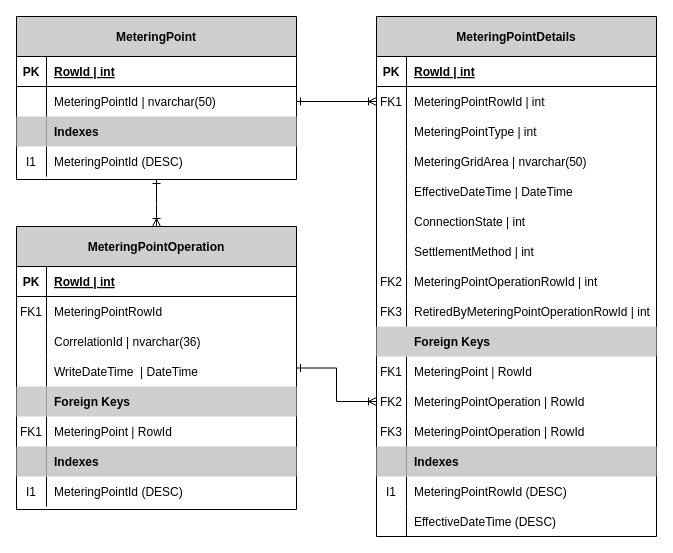
Earlier version of the draw.io diagram docs/data-models/MeteringPointDataModel.drawio (Energinet-DataHub/ARCHIVED-geh-charges). Source tidied: cells renumbered, new cells numbered last; positions are measured from the earlier drawing's top-left corner, leaving out a move shared by most shapes. Both pictures are drawn from the tidied source at 100%, with x=0, y=0 at pixel (16, 16).
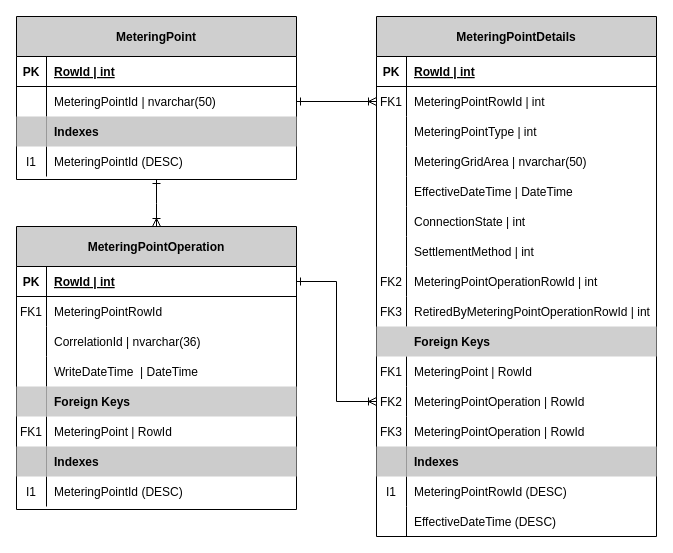
Above is the later version.

The change refers to these unchanged cells:
```xml
<mxCell id="49" style="shape=partialRectangle;fillColor=none;top=0;left=0;bottom=0;right=0;points=[[0,0.5],[1,0.5]];portConstraint=eastwest;" parent="15" vertex="1">
  <mxGeometry y="370" width="280" height="30" as="geometry" />
</mxCell>
<mxCell id="66" value="MeteringPointOperation" style="shape=table;startSize=40;childLayout=tableLayout;rowLines=0;fontStyle=1;align=center;fillColor=#CFCFCF;" parent="1" vertex="1">
  <mxGeometry y="210" width="280" height="283" as="geometry" />
</mxCell>
<mxCell id="67" style="shape=partialRectangle;fillColor=none;top=0;left=0;bottom=1;right=0;points=[[0,0.5],[1,0.5]];portConstraint=eastwest;" parent="66" vertex="1">
  <mxGeometry y="40" width="280" height="30" as="geometry" />
</mxCell>
```

What changed in the source:
```diff
@@
-    <mxCell id="65" style="edgeStyle=orthogonalEdgeStyle;rounded=0;jettySize=auto;html=1;startArrow=ERone;startFill=0;endArrow=ERoneToMany;endFill=0;" parent="1" edge="1" source="66" target="49">
+    <mxCell id="65" style="edgeStyle=orthogonalEdgeStyle;rounded=0;jettySize=auto;html=1;startArrow=ERone;startFill=0;endArrow=ERoneToMany;endFill=0;exitX=1;exitY=0.5;exitDx=0;exitDy=0;" parent="1" edge="1" source="67" target="49">
       <mxGeometry relative="1" as="geometry" />
     </mxCell>
```
